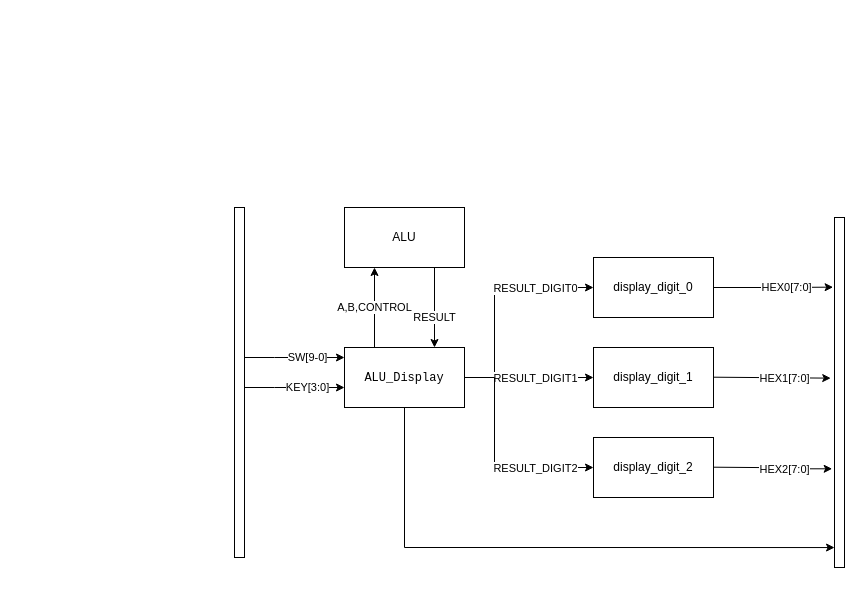
This is page "Copy of ALU_Display" (6 of 6) of media/Designs.drawio from carloszlopez/DigitalDesignClass, a draw.io file, before an edit. Source tidied: cells renumbered, new cells numbered last; positions are measured from the earlier drawing's top-left corner, leaving out a move shared by most shapes. Both pictures are drawn from the tidied source at 100%, with x=0, y=0 at pixel (234, 207).
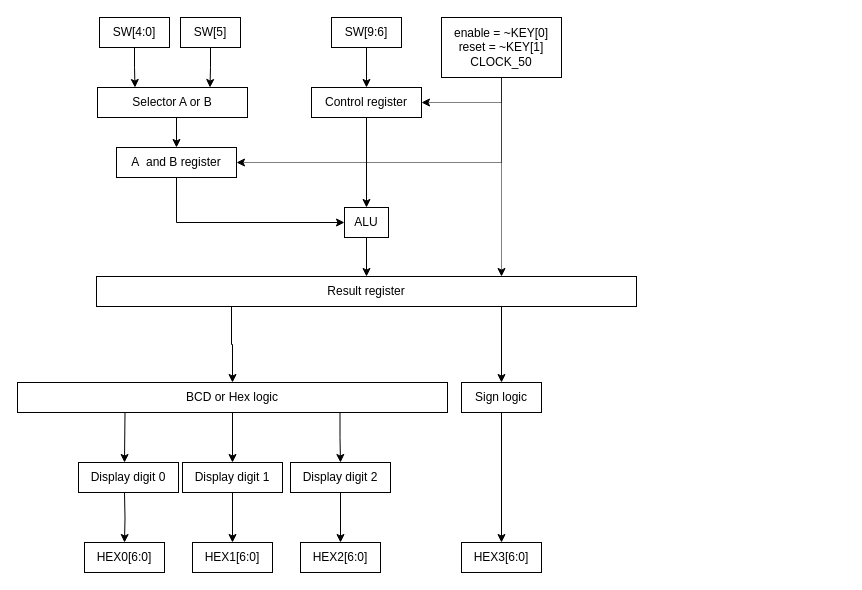
After the change.

Commit message (it also covers changes not shown here):
Add description and re do of display module to use case. Add arch design for ALU_Display.

The edit, as a diff of the source:
```diff
@@
-    <mxCell id="0" />
-    <mxCell id="1" parent="0" />
-    <mxCell id="2" style="edgeStyle=orthogonalEdgeStyle;rounded=0;jettySize=auto;html=1;entryX=-0.138;entryY=0.199;entryDx=0;entryDy=0;entryPerimeter=0;" parent="1" edge="1" source="4" target="24">
-      <mxGeometry relative="1" as="geometry" />
-    </mxCell>
-    <mxCell id="3" value="HEX0[7:0]" style="edgeLabel;html=1;align=center;verticalAlign=middle;" parent="2" vertex="1">
-      <mxGeometry x="0.21" relative="1" as="geometry" />
-    </mxCell>
-    <mxCell id="4" value="display_digit_0" style="rounded=0;whiteSpace=wrap;html=1;" parent="1" vertex="1">
-      <mxGeometry x="359" y="50" width="120" height="60" as="geometry" />
-    </mxCell>
-    <mxCell id="5" style="edgeStyle=orthogonalEdgeStyle;rounded=0;jettySize=auto;html=1;entryX=0;entryY=0.5;entryDx=0;entryDy=0;" parent="1" edge="1" source="13" target="4">
-      <mxGeometry relative="1" as="geometry">
-        <Array as="points">
-          <mxPoint x="260" y="170" />
-          <mxPoint x="260" y="80" />
-        </Array>
-      </mxGeometry>
-    </mxCell>
-    <mxCell id="6" value="RESULT_DIGIT0" style="edgeLabel;html=1;align=center;verticalAlign=middle;" parent="5" vertex="1">
-      <mxGeometry x="0.58" relative="1" as="geometry">
-        <mxPoint x="-13" as="offset" />
-      </mxGeometry>
-    </mxCell>
-    <mxCell id="7" style="edgeStyle=orthogonalEdgeStyle;rounded=0;jettySize=auto;html=1;exitX=1;exitY=0.5;exitDx=0;exitDy=0;entryX=0;entryY=0.5;entryDx=0;entryDy=0;" parent="1" edge="1" source="13" target="14">
-      <mxGeometry relative="1" as="geometry" />
-    </mxCell>
-    <mxCell id="8" value="RESULT_DIGIT1" style="edgeLabel;html=1;align=center;verticalAlign=middle;" parent="7" vertex="1">
-      <mxGeometry x="0.47" relative="1" as="geometry">
-        <mxPoint x="-25" as="offset" />
-      </mxGeometry>
-    </mxCell>
-    <mxCell id="9" style="edgeStyle=orthogonalEdgeStyle;rounded=0;jettySize=auto;html=1;exitX=1;exitY=0.5;exitDx=0;exitDy=0;entryX=0;entryY=0.5;entryDx=0;entryDy=0;" parent="1" edge="1" source="13" target="15">
-      <mxGeometry relative="1" as="geometry">
-        <Array as="points">
-          <mxPoint x="260" y="170" />
-          <mxPoint x="260" y="260" />
-        </Array>
-      </mxGeometry>
-    </mxCell>
-    <mxCell id="10" value="RESULT_DIGIT2" style="edgeLabel;html=1;align=center;verticalAlign=middle;" parent="9" vertex="1">
-      <mxGeometry x="0.61" y="2" relative="1" as="geometry">
-        <mxPoint x="-16" y="2" as="offset" />
-      </mxGeometry>
-    </mxCell>
-    <mxCell id="11" value="A,B,CONTROL" style="edgeStyle=orthogonalEdgeStyle;rounded=0;jettySize=auto;html=1;entryX=0.25;entryY=1;entryDx=0;entryDy=0;exitX=0.25;exitY=0;exitDx=0;exitDy=0;" parent="1" edge="1" source="13" target="20">
-      <mxGeometry relative="1" as="geometry" />
-    </mxCell>
-    <mxCell id="12" style="edgeStyle=orthogonalEdgeStyle;rounded=0;jettySize=auto;html=1;entryX=0.005;entryY=0.943;entryDx=0;entryDy=0;entryPerimeter=0;" parent="1" edge="1" source="13" target="24">
-      <mxGeometry relative="1" as="geometry">
-        <Array as="points">
-          <mxPoint x="170" y="340" />
-        </Array>
-      </mxGeometry>
-    </mxCell>
-    <mxCell id="13" value="&lt;code&gt;ALU_Display&lt;/code&gt;" style="rounded=0;whiteSpace=wrap;html=1;" parent="1" vertex="1">
-      <mxGeometry x="110" y="140" width="120" height="60" as="geometry" />
-    </mxCell>
-    <mxCell id="14" value="display_digit_1" style="rounded=0;whiteSpace=wrap;html=1;" parent="1" vertex="1">
-      <mxGeometry x="359" y="140" width="120" height="60" as="geometry" />
-    </mxCell>
-    <mxCell id="15" value="display_digit_2" style="rounded=0;whiteSpace=wrap;html=1;" parent="1" vertex="1">
-      <mxGeometry x="359" y="230" width="120" height="60" as="geometry" />
-    </mxCell>
-    <mxCell id="16" style="edgeStyle=orthogonalEdgeStyle;rounded=0;jettySize=auto;html=1;entryX=-0.376;entryY=0.459;entryDx=0;entryDy=0;entryPerimeter=0;" parent="1" edge="1" target="24">
-      <mxGeometry relative="1" as="geometry">
-        <mxPoint x="479" y="169.7" as="sourcePoint" />
-      </mxGeometry>
-    </mxCell>
-    <mxCell id="17" value="HEX1[7:0]" style="edgeLabel;html=1;align=center;verticalAlign=middle;" parent="16" vertex="1">
-      <mxGeometry x="0.21" relative="1" as="geometry" />
-    </mxCell>
-    <mxCell id="18" style="edgeStyle=orthogonalEdgeStyle;rounded=0;jettySize=auto;html=1;entryX=-0.233;entryY=0.718;entryDx=0;entryDy=0;entryPerimeter=0;" parent="1" edge="1" target="24">
-      <mxGeometry relative="1" as="geometry">
-        <mxPoint x="479" y="259.7" as="sourcePoint" />
-      </mxGeometry>
-    </mxCell>
-    <mxCell id="19" value="HEX2[7:0]" style="edgeLabel;html=1;align=center;verticalAlign=middle;" parent="18" vertex="1">
-      <mxGeometry x="0.21" relative="1" as="geometry" />
-    </mxCell>
+    <mxCell id="26" />
+    <mxCell id="27" parent="26" />
+    <mxCell id="28" style="edgeStyle=orthogonalEdgeStyle;rounded=0;jettySize=auto;html=1;entryX=0.25;entryY=0;entryDx=0;entryDy=0;exitX=0.5;exitY=1;exitDx=0;exitDy=0;" parent="27" edge="1" source="29" target="31">
+      <mxGeometry relative="1" as="geometry" />
+    </mxCell>
+    <mxCell id="29" value="SW[4:0]" style="rounded=0;whiteSpace=wrap;html=1;" parent="27" vertex="1">
+      <mxGeometry x="-135" y="-190" width="70" height="30" as="geometry" />
+    </mxCell>
+    <mxCell id="30" style="edgeStyle=orthogonalEdgeStyle;rounded=0;jettySize=auto;html=1;entryX=0.5;entryY=0;entryDx=0;entryDy=0;exitX=0.5;exitY=1;exitDx=0;exitDy=0;" parent="27" edge="1" source="31" target="63">
+      <mxGeometry relative="1" as="geometry" />
+    </mxCell>
+    <mxCell id="31" value="Selector A or B" style="rounded=0;whiteSpace=wrap;html=1;" parent="27" vertex="1">
+      <mxGeometry x="-137" y="-120" width="150" height="30" as="geometry" />
+    </mxCell>
+    <mxCell id="32" style="edgeStyle=orthogonalEdgeStyle;rounded=0;jettySize=auto;html=1;exitX=0.5;exitY=1;exitDx=0;exitDy=0;entryX=0.5;entryY=0;entryDx=0;entryDy=0;" parent="27" edge="1" source="33" target="61">
+      <mxGeometry relative="1" as="geometry" />
+    </mxCell>
+    <mxCell id="33" value="SW[9:6]" style="rounded=0;whiteSpace=wrap;html=1;" parent="27" vertex="1">
+      <mxGeometry x="97" y="-190" width="70" height="30" as="geometry" />
+    </mxCell>
+    <mxCell id="34" style="edgeStyle=orthogonalEdgeStyle;rounded=0;jettySize=auto;html=1;entryX=0.5;entryY=0;entryDx=0;entryDy=0;" parent="27" edge="1" source="20" target="37">
+      <mxGeometry relative="1" as="geometry" />
+    </mxCell>
-    <mxCell id="20" value="ALU" style="rounded=0;whiteSpace=wrap;html=1;" parent="1" vertex="1">
-      <mxGeometry x="110" width="120" height="60" as="geometry" />
+    <mxCell id="20" value="ALU" style="rounded=0;whiteSpace=wrap;html=1;" parent="27" vertex="1">
+      <mxGeometry x="110" width="44" height="30" as="geometry" />
     </mxCell>
-    <mxCell id="21" value="RESULT" style="edgeStyle=orthogonalEdgeStyle;rounded=0;jettySize=auto;html=1;entryX=0.75;entryY=0;entryDx=0;entryDy=0;exitX=0.75;exitY=1;exitDx=0;exitDy=0;" parent="1" edge="1" source="20" target="13">
-      <mxGeometry x="0.25" relative="1" as="geometry" />
-    </mxCell>
-    <mxCell id="22" value="SW[9-0]" style="edgeStyle=orthogonalEdgeStyle;rounded=0;orthogonalLoop=1;jettySize=auto;html=1;" parent="1" edge="1">
-      <mxGeometry x="0.25" relative="1" as="geometry">
-        <mxPoint x="10" y="150" as="sourcePoint" />
-        <mxPoint x="110" y="150" as="targetPoint" />
-        <Array as="points">
-          <mxPoint x="40" y="150" />
-          <mxPoint x="40" y="150" />
-        </Array>
-      </mxGeometry>
-    </mxCell>
-    <mxCell id="23" value="KEY[3:0]" style="edgeStyle=orthogonalEdgeStyle;rounded=0;orthogonalLoop=1;jettySize=auto;html=1;" parent="1" edge="1">
-      <mxGeometry x="0.25" relative="1" as="geometry">
-        <mxPoint x="10" y="180" as="sourcePoint" />
-        <mxPoint x="110" y="180" as="targetPoint" />
-        <Array as="points">
-          <mxPoint x="40" y="180" />
-          <mxPoint x="40" y="180" />
-        </Array>
-      </mxGeometry>
-    </mxCell>
-    <mxCell id="24" style="rounded=0;whiteSpace=wrap;html=1;" parent="1" vertex="1">
-      <mxGeometry x="600" y="10" width="10" height="350" as="geometry" />
-    </mxCell>
-    <mxCell id="25" style="rounded=0;whiteSpace=wrap;html=1;" parent="1" vertex="1">
-      <mxGeometry width="10" height="350" as="geometry" />
-    </mxCell>
+    <mxCell id="35" style="edgeStyle=orthogonalEdgeStyle;rounded=0;jettySize=auto;html=1;entryX=0.5;entryY=0;entryDx=0;entryDy=0;exitX=0.75;exitY=1;exitDx=0;exitDy=0;" parent="27" edge="1" source="37" target="39">
+      <mxGeometry relative="1" as="geometry" />
+    </mxCell>
+    <mxCell id="36" style="edgeStyle=orthogonalEdgeStyle;rounded=0;jettySize=auto;html=1;exitX=0.25;exitY=1;exitDx=0;exitDy=0;entryX=0.5;entryY=0;entryDx=0;entryDy=0;" parent="27" edge="1" source="37" target="43">
+      <mxGeometry relative="1" as="geometry" />
+    </mxCell>
+    <mxCell id="37" value="Result register" style="rounded=0;whiteSpace=wrap;html=1;" parent="27" vertex="1">
+      <mxGeometry x="-138" y="69" width="540" height="30" as="geometry" />
+    </mxCell>
+    <mxCell id="38" style="edgeStyle=orthogonalEdgeStyle;rounded=0;jettySize=auto;html=1;entryX=0.5;entryY=0;entryDx=0;entryDy=0;" parent="27" edge="1" source="39" target="53">
+      <mxGeometry relative="1" as="geometry" />
+    </mxCell>
+    <mxCell id="39" value="Sign logic" style="rounded=0;whiteSpace=wrap;html=1;" parent="27" vertex="1">
+      <mxGeometry x="227" y="175" width="80" height="30" as="geometry" />
+    </mxCell>
+    <mxCell id="40" style="edgeStyle=orthogonalEdgeStyle;rounded=0;jettySize=auto;html=1;entryX=0.5;entryY=0;entryDx=0;entryDy=0;exitX=0.25;exitY=1;exitDx=0;exitDy=0;" parent="27" edge="1" source="43">
+      <mxGeometry relative="1" as="geometry">
+        <mxPoint x="-110" y="255" as="targetPoint" />
+      </mxGeometry>
+    </mxCell>
+    <mxCell id="41" style="edgeStyle=orthogonalEdgeStyle;rounded=0;jettySize=auto;html=1;exitX=0.5;exitY=1;exitDx=0;exitDy=0;entryX=0.5;entryY=0;entryDx=0;entryDy=0;" parent="27" edge="1" source="43" target="47">
+      <mxGeometry relative="1" as="geometry" />
+    </mxCell>
+    <mxCell id="42" style="edgeStyle=orthogonalEdgeStyle;rounded=0;jettySize=auto;html=1;exitX=0.75;exitY=1;exitDx=0;exitDy=0;entryX=0.5;entryY=0;entryDx=0;entryDy=0;" parent="27" edge="1" source="43" target="49">
+      <mxGeometry relative="1" as="geometry" />
+    </mxCell>
+    <mxCell id="43" value="BCD or Hex logic" style="rounded=0;whiteSpace=wrap;html=1;" parent="27" vertex="1">
+      <mxGeometry x="-217" y="175" width="430" height="30" as="geometry" />
+    </mxCell>
+    <mxCell id="44" style="edgeStyle=orthogonalEdgeStyle;rounded=0;jettySize=auto;html=1;entryX=0.5;entryY=0;entryDx=0;entryDy=0;" parent="27" edge="1" target="50">
+      <mxGeometry relative="1" as="geometry">
+        <mxPoint x="-110" y="285" as="sourcePoint" />
+      </mxGeometry>
+    </mxCell>
+    <mxCell id="45" value="Display digit 0" style="rounded=0;whiteSpace=wrap;html=1;" parent="27" vertex="1">
+      <mxGeometry x="-156" y="255" width="100" height="30" as="geometry" />
+    </mxCell>
+    <mxCell id="46" style="edgeStyle=orthogonalEdgeStyle;rounded=0;jettySize=auto;html=1;entryX=0.5;entryY=0;entryDx=0;entryDy=0;" parent="27" edge="1" source="47" target="51">
+      <mxGeometry relative="1" as="geometry" />
+    </mxCell>
+    <mxCell id="47" value="Display digit 1" style="rounded=0;whiteSpace=wrap;html=1;" parent="27" vertex="1">
+      <mxGeometry x="-52" y="255" width="100" height="30" as="geometry" />
+    </mxCell>
+    <mxCell id="48" style="edgeStyle=orthogonalEdgeStyle;rounded=0;jettySize=auto;html=1;entryX=0.5;entryY=0;entryDx=0;entryDy=0;" parent="27" edge="1" source="49" target="52">
+      <mxGeometry relative="1" as="geometry" />
+    </mxCell>
+    <mxCell id="49" value="Display digit 2" style="rounded=0;whiteSpace=wrap;html=1;" parent="27" vertex="1">
+      <mxGeometry x="56" y="255" width="100" height="30" as="geometry" />
+    </mxCell>
+    <mxCell id="50" value="HEX0[6:0]" style="rounded=0;whiteSpace=wrap;html=1;" parent="27" vertex="1">
+      <mxGeometry x="-150" y="335" width="80" height="30" as="geometry" />
+    </mxCell>
+    <mxCell id="51" value="HEX1[6:0]" style="rounded=0;whiteSpace=wrap;html=1;" parent="27" vertex="1">
+      <mxGeometry x="-42" y="335" width="80" height="30" as="geometry" />
+    </mxCell>
+    <mxCell id="52" value="HEX2[6:0]" style="rounded=0;whiteSpace=wrap;html=1;" parent="27" vertex="1">
+      <mxGeometry x="66" y="335" width="80" height="30" as="geometry" />
+    </mxCell>
+    <mxCell id="53" value="HEX3[6:0]" style="rounded=0;whiteSpace=wrap;html=1;" parent="27" vertex="1">
+      <mxGeometry x="227" y="335" width="80" height="30" as="geometry" />
+    </mxCell>
+    <mxCell id="54" style="edgeStyle=orthogonalEdgeStyle;rounded=0;jettySize=auto;html=1;entryX=0.75;entryY=0;entryDx=0;entryDy=0;dashed=1;dashPattern=1 1;" parent="27" edge="1" source="57" target="37">
+      <mxGeometry relative="1" as="geometry" />
+    </mxCell>
+    <mxCell id="55" style="edgeStyle=orthogonalEdgeStyle;rounded=0;jettySize=auto;html=1;exitX=0.5;exitY=1;exitDx=0;exitDy=0;entryX=1;entryY=0.5;entryDx=0;entryDy=0;dashed=1;dashPattern=1 1;" parent="27" edge="1" source="57" target="61">
+      <mxGeometry relative="1" as="geometry" />
+    </mxCell>
+    <mxCell id="56" style="edgeStyle=orthogonalEdgeStyle;rounded=0;jettySize=auto;html=1;exitX=0.5;exitY=1;exitDx=0;exitDy=0;entryX=1;entryY=0.5;entryDx=0;entryDy=0;dashed=1;dashPattern=1 1;" parent="27" edge="1" source="57" target="63">
+      <mxGeometry relative="1" as="geometry" />
+    </mxCell>
+    <mxCell id="57" value="enable = ~KEY[0]&lt;div&gt;reset = ~KEY[1]&lt;/div&gt;&lt;div&gt;CLOCK_50&lt;/div&gt;" style="rounded=0;whiteSpace=wrap;html=1;" parent="27" vertex="1">
+      <mxGeometry x="207" y="-190" width="120" height="60" as="geometry" />
+    </mxCell>
+    <mxCell id="58" style="edgeStyle=orthogonalEdgeStyle;rounded=0;jettySize=auto;html=1;entryX=0.75;entryY=0;entryDx=0;entryDy=0;" parent="27" edge="1" source="59" target="31">
+      <mxGeometry relative="1" as="geometry" />
+    </mxCell>
+    <mxCell id="59" value="SW[5]" style="rounded=0;whiteSpace=wrap;html=1;" parent="27" vertex="1">
+      <mxGeometry x="-54" y="-190" width="60" height="30" as="geometry" />
+    </mxCell>
+    <mxCell id="60" style="edgeStyle=orthogonalEdgeStyle;rounded=0;jettySize=auto;html=1;entryX=0.5;entryY=0;entryDx=0;entryDy=0;" parent="27" edge="1" source="61" target="20">
+      <mxGeometry relative="1" as="geometry" />
+    </mxCell>
+    <mxCell id="61" value="Control register" style="rounded=0;whiteSpace=wrap;html=1;" parent="27" vertex="1">
+      <mxGeometry x="77" y="-120" width="110" height="30" as="geometry" />
+    </mxCell>
+    <mxCell id="62" style="edgeStyle=orthogonalEdgeStyle;rounded=0;jettySize=auto;html=1;entryX=0;entryY=0.5;entryDx=0;entryDy=0;exitX=0.5;exitY=1;exitDx=0;exitDy=0;" parent="27" edge="1" source="63" target="20">
+      <mxGeometry relative="1" as="geometry" />
+    </mxCell>
+    <mxCell id="63" value="A&amp;nbsp; and B register" style="rounded=0;whiteSpace=wrap;html=1;" parent="27" vertex="1">
+      <mxGeometry x="-118" y="-60" width="120" height="30" as="geometry" />
+    </mxCell>
```
